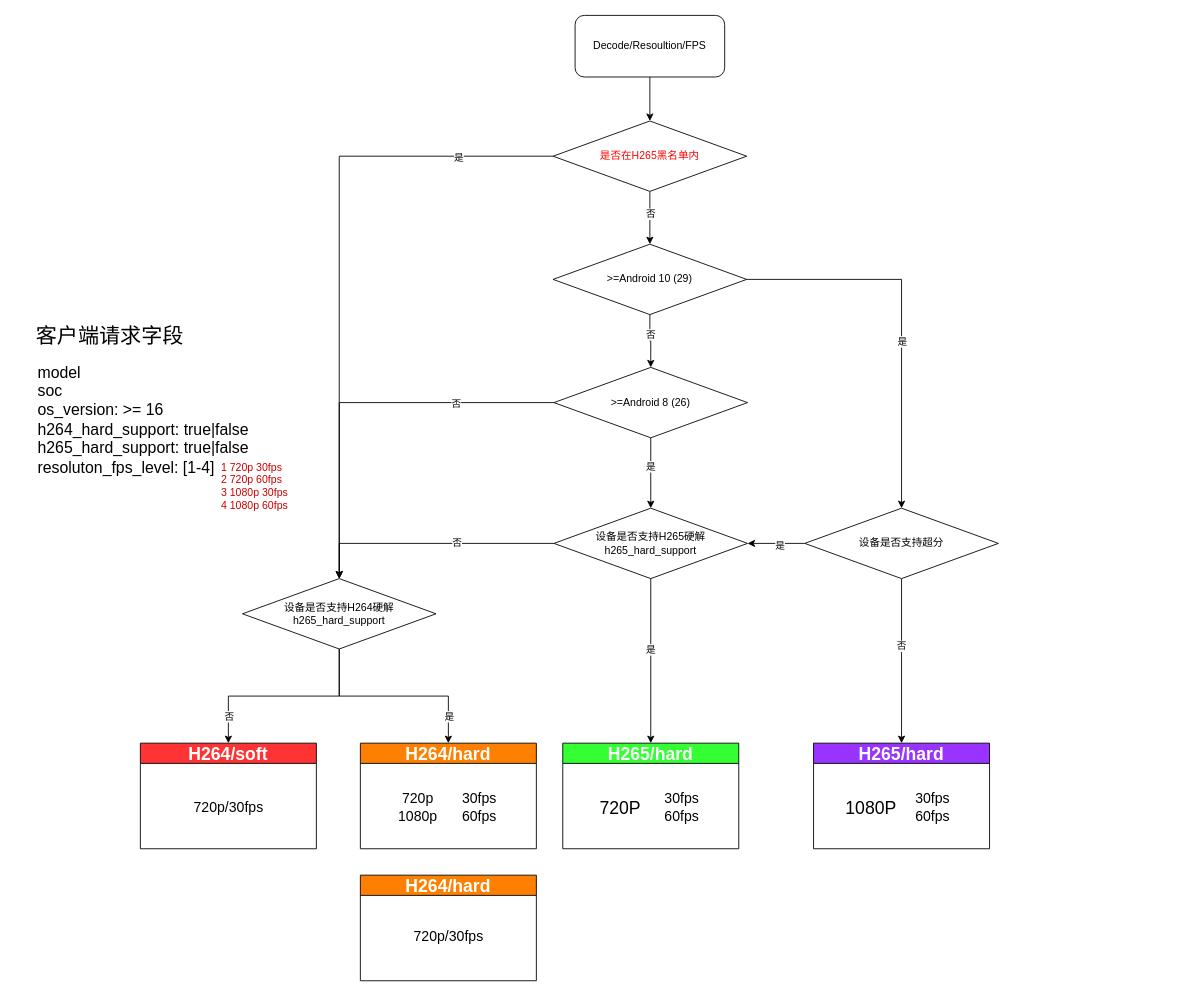
Earlier version of the draw.io diagram H265判断流程.drawio (Eveninger/draw.io). Source tidied: cells renumbered, new cells numbered last; positions are measured from the earlier drawing's top-left corner, leaving out a move shared by most shapes. Both pictures are drawn from the tidied source at 88%, with x=0, y=0 at pixel (15, 15).
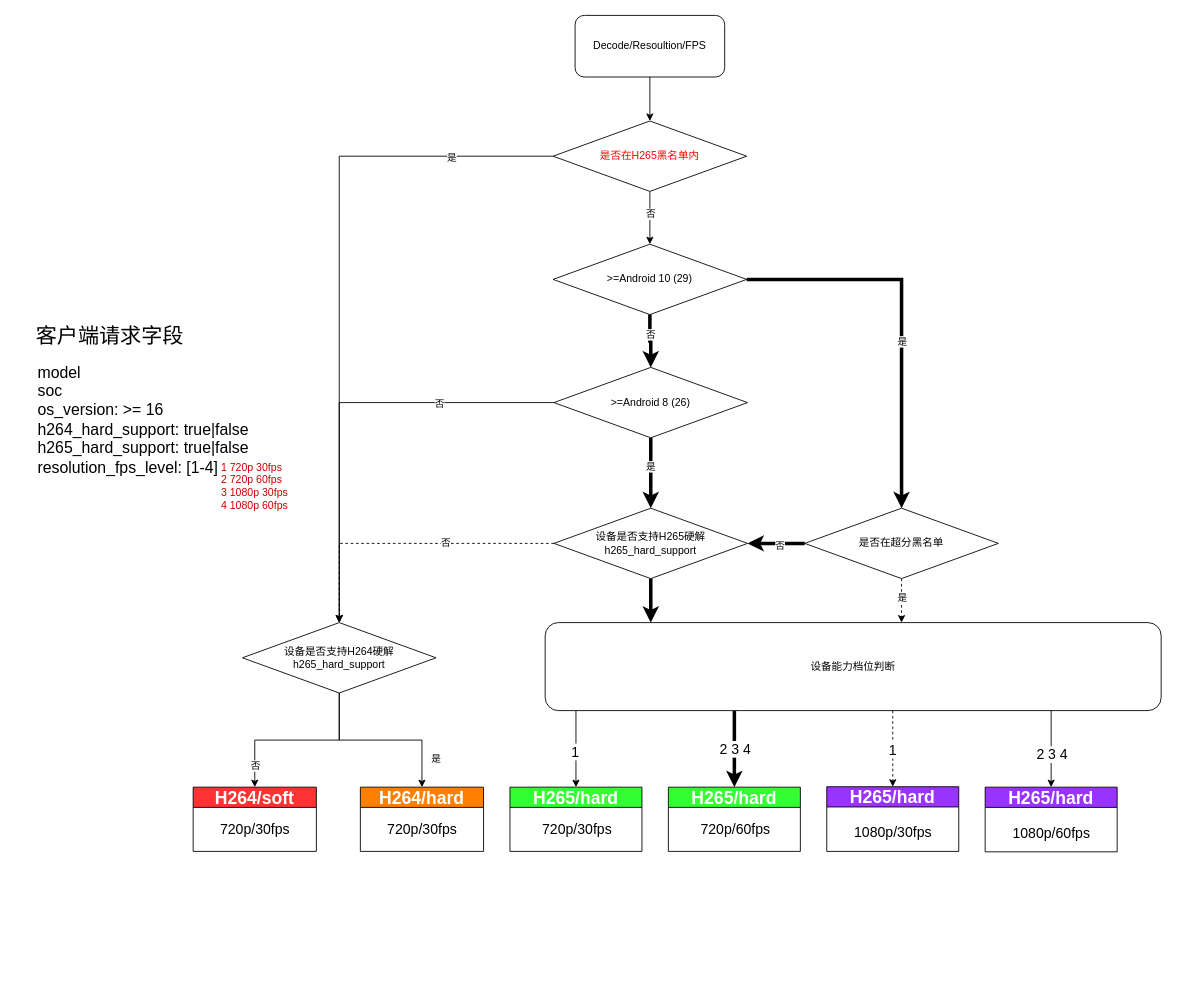
The same page after the edit.

Commit message:
更新H265判断流程.drawio

The change refers to these unchanged cells:
```xml
<mxCell id="8" value="&amp;gt;=Android 10 (29)" style="rhombus;whiteSpace=wrap;html=1;" parent="1" vertex="1">
  <mxGeometry x="611" y="260" width="220" height="80" as="geometry" />
</mxCell>
<mxCell id="13" value="&amp;gt;=Android 8 (26)" style="rhombus;whiteSpace=wrap;html=1;" parent="1" vertex="1">
  <mxGeometry x="612" y="400" width="220" height="80" as="geometry" />
</mxCell>
<mxCell id="28" value="设备是否支持H265硬解&lt;br&gt;h265_hard_support" style="rhombus;whiteSpace=wrap;html=1;" parent="1" vertex="1">
  <mxGeometry x="612" y="560" width="220" height="80" as="geometry" />
</mxCell>
<mxCell id="43" style="group;" parent="42" vertex="1">
  <mxGeometry y="25" width="342" height="217" as="geometry" />
</mxCell>
```

Diff of the diagram source:
```diff
@@
-    <mxCell id="4" style="edgeStyle=orthogonalEdgeStyle;rounded=0;jettySize=auto;html=1;" parent="1" edge="1" source="8" target="13">
+    <mxCell id="4" style="edgeStyle=orthogonalEdgeStyle;rounded=0;jettySize=auto;html=1;strokeWidth=4;" parent="1" edge="1" source="8" target="13">
       <mxGeometry relative="1" as="geometry" />
     </mxCell>
@@
-    <mxCell id="6" style="edgeStyle=orthogonalEdgeStyle;rounded=0;jettySize=auto;html=1;" parent="1" edge="1" source="8" target="23">
+    <mxCell id="6" style="edgeStyle=orthogonalEdgeStyle;rounded=0;jettySize=auto;html=1;strokeWidth=4;" parent="1" edge="1" source="8" target="23">
       <mxGeometry relative="1" as="geometry" />
     </mxCell>
@@
-    <mxCell id="11" style="edgeStyle=orthogonalEdgeStyle;rounded=0;jettySize=auto;html=1;" parent="1" edge="1" source="13" target="28">
+    <mxCell id="11" style="edgeStyle=orthogonalEdgeStyle;rounded=0;jettySize=auto;html=1;strokeWidth=4;" parent="1" edge="1" source="13" target="28">
       <mxGeometry relative="1" as="geometry" />
     </mxCell>
@@
-    <mxCell id="16" style="edgeStyle=orthogonalEdgeStyle;rounded=0;jettySize=auto;html=1;" parent="1" edge="1" source="18" target="31">
-      <mxGeometry relative="1" as="geometry" />
-    </mxCell>
-    <mxCell id="17" value="是" style="edgeLabel;html=1;align=center;verticalAlign=middle;" parent="16" vertex="1">
-      <mxGeometry x="0.57" relative="1" as="geometry">
-        <mxPoint y="19" as="offset" />
-      </mxGeometry>
-    </mxCell>
+    <mxCell id="52" style="edgeStyle=orthogonalEdgeStyle;rounded=0;jettySize=auto;html=1;" parent="1" edge="1" source="18" target="40">
+      <mxGeometry relative="1" as="geometry" />
+    </mxCell>
+    <mxCell id="53" value="是" style="edgeLabel;html=1;align=center;verticalAlign=middle;" parent="52" vertex="1">
+      <mxGeometry x="-0.09" y="1" relative="1" as="geometry">
+        <mxPoint x="72" y="22" as="offset" />
+      </mxGeometry>
+    </mxCell>
     <mxCell id="18" value="设备是否支持H264硬解&lt;br&gt;h265_hard_support" style="rhombus;whiteSpace=wrap;html=1;" parent="1" vertex="1">
-      <mxGeometry x="258" y="640" width="220" height="80" as="geometry" />
+      <mxGeometry x="258" y="690" width="220" height="80" as="geometry" />
     </mxCell>
-    <mxCell id="19" style="edgeStyle=orthogonalEdgeStyle;rounded=0;jettySize=auto;html=1;" parent="1" edge="1" source="23" target="37">
-      <mxGeometry relative="1" as="geometry" />
-    </mxCell>
-    <mxCell id="20" value="否" style="edgeLabel;html=1;align=center;verticalAlign=middle;" parent="19" vertex="1">
-      <mxGeometry x="-0.2" y="-1" relative="1" as="geometry">
-        <mxPoint y="1" as="offset" />
-      </mxGeometry>
-    </mxCell>
-    <mxCell id="21" style="edgeStyle=orthogonalEdgeStyle;rounded=0;jettySize=auto;html=1;" parent="1" edge="1" source="23" target="28">
+    <mxCell id="21" style="edgeStyle=orthogonalEdgeStyle;rounded=0;jettySize=auto;html=1;strokeWidth=4;" parent="1" edge="1" source="23" target="28">
       <mxGeometry relative="1" as="geometry" />
     </mxCell>
-    <mxCell id="22" value="是" style="edgeLabel;html=1;align=center;verticalAlign=middle;" parent="21" vertex="1">
+    <mxCell id="22" value="否" style="edgeLabel;html=1;align=center;verticalAlign=middle;" parent="21" vertex="1">
       <mxGeometry x="-0.11" y="2" relative="1" as="geometry" />
     </mxCell>
+    <mxCell id="54" style="edgeStyle=orthogonalEdgeStyle;rounded=0;jettySize=auto;html=1;dashed=1;" parent="1" edge="1" source="23" target="72">
+      <mxGeometry relative="1" as="geometry">
+        <Array as="points">
+          <mxPoint x="1007" y="680" />
+          <mxPoint x="1007" y="680" />
+        </Array>
+      </mxGeometry>
+    </mxCell>
+    <mxCell id="55" value="是" style="edgeLabel;html=1;align=center;verticalAlign=middle;" parent="54" vertex="1">
+      <mxGeometry x="-0.18" relative="1" as="geometry" />
+    </mxCell>
-    <mxCell id="23" value="设备是否支持超分" style="rhombus;whiteSpace=wrap;html=1;" parent="1" vertex="1">
+    <mxCell id="23" value="&lt;div&gt;&lt;span style=&quot;background-color: initial;&quot;&gt;是否在超分黑名单&lt;/span&gt;&lt;br&gt;&lt;/div&gt;" style="rhombus;whiteSpace=wrap;html=1;" parent="1" vertex="1">
       <mxGeometry x="897" y="560" width="220" height="80" as="geometry" />
     </mxCell>
-    <mxCell id="24" style="edgeStyle=orthogonalEdgeStyle;rounded=0;jettySize=auto;html=1;entryX=0.5;entryY=0;entryDx=0;entryDy=0;" parent="1" edge="1" source="28" target="18">
+    <mxCell id="24" style="edgeStyle=orthogonalEdgeStyle;rounded=0;jettySize=auto;html=1;entryX=0.5;entryY=0;entryDx=0;entryDy=0;dashed=1;" parent="1" edge="1" source="28" target="18">
       <mxGeometry relative="1" as="geometry" />
     </mxCell>
@@
-    <mxCell id="26" style="edgeStyle=orthogonalEdgeStyle;rounded=0;jettySize=auto;html=1;" parent="1" edge="1" source="28" target="34">
-      <mxGeometry relative="1" as="geometry" />
-    </mxCell>
-    <mxCell id="27" value="是" style="edgeLabel;html=1;align=center;verticalAlign=middle;" parent="26" vertex="1">
-      <mxGeometry x="-0.18" relative="1" as="geometry">
-        <mxPoint x="-1" y="3" as="offset" />
-      </mxGeometry>
-    </mxCell>
+    <mxCell id="56" style="edgeStyle=orthogonalEdgeStyle;rounded=0;jettySize=auto;html=1;strokeWidth=4;" parent="1" edge="1" source="28" target="72">
+      <mxGeometry relative="1" as="geometry">
+        <Array as="points">
+          <mxPoint x="722" y="680" />
+          <mxPoint x="722" y="680" />
+        </Array>
+      </mxGeometry>
+    </mxCell>
@@
     <mxCell id="29" value="&lt;font style=&quot;font-size: 20px;&quot;&gt;H264/soft&lt;/font&gt;" style="swimlane;whiteSpace=wrap;html=1;fillColor=#FF3333;startSize=23;fontSize=20;fontColor=#FFFFFF;" parent="1" vertex="1">
-      <mxGeometry x="142" y="827" width="200" height="120" as="geometry" />
+      <mxGeometry x="202" y="877" width="140" height="73" as="geometry" />
     </mxCell>
     <mxCell id="30" value="&lt;font style=&quot;font-size: 16px;&quot;&gt;720p/30fps&lt;br&gt;&lt;/font&gt;" style="text;html=1;align=center;verticalAlign=middle;strokeColor=none;fillColor=none;" parent="29" vertex="1">
-      <mxGeometry x="50" y="58" width="100" height="30" as="geometry" />
+      <mxGeometry x="20" y="33" width="100" height="30" as="geometry" />
     </mxCell>
-    <mxCell id="31" value="&lt;font style=&quot;font-size: 20px;&quot;&gt;H264/hard&lt;/font&gt;" style="swimlane;whiteSpace=wrap;html=1;fillColor=#FF8000;startSize=23;fontSize=20;fontColor=#FFFFFF;" parent="1" vertex="1">
-      <mxGeometry x="392" y="827" width="200" height="120" as="geometry" />
-    </mxCell>
-    <mxCell id="32" value="&lt;font style=&quot;font-size: 16px;&quot;&gt;720p&lt;br&gt;1080p&lt;/font&gt;" style="text;html=1;align=center;verticalAlign=middle;strokeColor=none;fillColor=none;" parent="31" vertex="1">
-      <mxGeometry x="30" y="48" width="70" height="50" as="geometry" />
-    </mxCell>
-    <mxCell id="33" value="&lt;font style=&quot;font-size: 16px;&quot;&gt;30fps&lt;br&gt;60fps&lt;/font&gt;" style="text;html=1;align=center;verticalAlign=middle;strokeColor=none;fillColor=none;" parent="31" vertex="1">
-      <mxGeometry x="105" y="48" width="60" height="50" as="geometry" />
-    </mxCell>
     <mxCell id="34" value="&lt;font style=&quot;font-size: 20px;&quot;&gt;H265/hard&lt;/font&gt;" style="swimlane;whiteSpace=wrap;html=1;fillColor=#33FF33;startSize=23;fontSize=20;fontColor=#FFFFFF;" parent="1" vertex="1">
-      <mxGeometry x="622" y="827" width="200" height="120" as="geometry" />
+      <mxGeometry x="562" y="877" width="150" height="73" as="geometry" />
     </mxCell>
-    <mxCell id="35" value="&lt;font style=&quot;font-size: 20px;&quot;&gt;720P&lt;/font&gt;" style="text;html=1;align=center;verticalAlign=middle;strokeColor=none;fillColor=none;" parent="34" vertex="1">
-      <mxGeometry x="30" y="53" width="70" height="40" as="geometry" />
-    </mxCell>
-    <mxCell id="36" value="&lt;font style=&quot;font-size: 16px;&quot;&gt;30fps&lt;br&gt;60fps&lt;/font&gt;" style="text;html=1;align=center;verticalAlign=middle;strokeColor=none;fillColor=none;" parent="34" vertex="1">
-      <mxGeometry x="105" y="48" width="60" height="50" as="geometry" />
-    </mxCell>
-    <mxCell id="37" value="&lt;font style=&quot;font-size: 20px;&quot;&gt;H265/hard&lt;/font&gt;" style="swimlane;whiteSpace=wrap;html=1;fillColor=#9933FF;startSize=23;fontSize=20;fontColor=#FFFFFF;" parent="1" vertex="1">
-      <mxGeometry x="907" y="827" width="200" height="120" as="geometry" />
-    </mxCell>
-    <mxCell id="38" value="&lt;span style=&quot;font-size: 20px;&quot;&gt;1080P&lt;/span&gt;" style="text;html=1;align=center;verticalAlign=middle;strokeColor=none;fillColor=none;" parent="37" vertex="1">
-      <mxGeometry x="25" y="53" width="80" height="40" as="geometry" />
-    </mxCell>
-    <mxCell id="39" value="&lt;font style=&quot;font-size: 16px;&quot;&gt;30fps&lt;br&gt;60fps&lt;/font&gt;" style="text;html=1;align=center;verticalAlign=middle;strokeColor=none;fillColor=none;" parent="37" vertex="1">
-      <mxGeometry x="105" y="48" width="60" height="50" as="geometry" />
-    </mxCell>
+    <mxCell id="57" value="&lt;span style=&quot;font-size: 16px;&quot;&gt;720p/30fps&lt;/span&gt;" style="text;html=1;align=center;verticalAlign=middle;strokeColor=none;fillColor=none;" parent="34" vertex="1">
+      <mxGeometry x="26" y="33" width="100" height="30" as="geometry" />
+    </mxCell>
     <mxCell id="40" value="&lt;font style=&quot;font-size: 20px;&quot;&gt;H264/hard&lt;/font&gt;" style="swimlane;whiteSpace=wrap;html=1;fillColor=#FF8000;startSize=23;fontSize=20;fontColor=#FFFFFF;" parent="1" vertex="1">
-      <mxGeometry x="392" y="977" width="200" height="120" as="geometry" />
+      <mxGeometry x="392" y="877" width="140" height="73" as="geometry" />
     </mxCell>
     <mxCell id="41" value="&lt;span style=&quot;font-size: 16px;&quot;&gt;720p/30fps&lt;/span&gt;" style="text;html=1;align=center;verticalAlign=middle;strokeColor=none;fillColor=none;" parent="40" vertex="1">
-      <mxGeometry x="50" y="54" width="100" height="30" as="geometry" />
+      <mxGeometry x="20" y="33" width="100" height="30" as="geometry" />
     </mxCell>
@@
-    <mxCell id="44" value="&lt;div style=&quot;text-align: left; font-size: 18px;&quot;&gt;&lt;font style=&quot;font-size: 18px;&quot;&gt;&lt;span style=&quot;background-color: initial;&quot;&gt;model&lt;/span&gt;&lt;br&gt;&lt;/font&gt;&lt;/div&gt;&lt;div style=&quot;text-align: left; font-size: 18px;&quot;&gt;&lt;font style=&quot;font-size: 18px;&quot;&gt;soc&lt;/font&gt;&lt;/div&gt;&lt;div style=&quot;text-align: left; font-size: 18px;&quot;&gt;&lt;font style=&quot;font-size: 18px;&quot;&gt;&lt;font style=&quot;font-size: 18px;&quot;&gt;os_version: &amp;gt;= 16&lt;br&gt;h264_hard_support: true|false&lt;br&gt;h265_hard_support: true|false&lt;br&gt;resoluton_fps_level: [1-4]&lt;/font&gt;&lt;br&gt;&lt;/font&gt;&lt;/div&gt;" style="text;html=1;align=center;verticalAlign=middle;strokeColor=none;fillColor=none;" parent="43" vertex="1">
+    <mxCell id="44" value="&lt;div style=&quot;text-align: left; font-size: 18px;&quot;&gt;&lt;font style=&quot;font-size: 18px;&quot;&gt;&lt;span style=&quot;background-color: initial;&quot;&gt;model&lt;/span&gt;&lt;br&gt;&lt;/font&gt;&lt;/div&gt;&lt;div style=&quot;text-align: left; font-size: 18px;&quot;&gt;&lt;font style=&quot;font-size: 18px;&quot;&gt;soc&lt;/font&gt;&lt;/div&gt;&lt;div style=&quot;text-align: left; font-size: 18px;&quot;&gt;&lt;font style=&quot;font-size: 18px;&quot;&gt;&lt;font style=&quot;font-size: 18px;&quot;&gt;os_version: &amp;gt;= 16&lt;br&gt;h264_hard_support: true|false&lt;br&gt;h265_hard_support: true|false&lt;br&gt;resolution_fps_level: [1-4]&lt;/font&gt;&lt;br&gt;&lt;/font&gt;&lt;/div&gt;" style="text;html=1;align=center;verticalAlign=middle;strokeColor=none;fillColor=none;" parent="43" vertex="1">
       <mxGeometry x="15" y="20" width="260" height="140" as="geometry" />
     </mxCell>
@@
+    <mxCell id="58" value="&lt;font style=&quot;font-size: 20px;&quot;&gt;H265/hard&lt;/font&gt;" style="swimlane;whiteSpace=wrap;html=1;fillColor=#33FF33;startSize=23;fontSize=20;fontColor=#FFFFFF;" parent="1" vertex="1">
+      <mxGeometry x="742" y="877" width="150" height="73" as="geometry" />
+    </mxCell>
+    <mxCell id="59" value="&lt;span style=&quot;font-size: 16px;&quot;&gt;720p/60fps&lt;/span&gt;" style="text;html=1;align=center;verticalAlign=middle;strokeColor=none;fillColor=none;" parent="58" vertex="1">
+      <mxGeometry x="26" y="33" width="100" height="30" as="geometry" />
+    </mxCell>
+    <mxCell id="60" value="&lt;font style=&quot;font-size: 20px;&quot;&gt;H265/hard&lt;/font&gt;" style="swimlane;whiteSpace=wrap;html=1;fillColor=#9933FF;startSize=23;fontSize=20;fontColor=#FFFFFF;" parent="1" vertex="1">
+      <mxGeometry x="1102" y="877" width="150" height="73.5" as="geometry" />
+    </mxCell>
+    <mxCell id="61" value="&lt;span style=&quot;font-size: 16px;&quot;&gt;1080p/60fps&lt;/span&gt;" style="text;html=1;align=center;verticalAlign=middle;strokeColor=none;fillColor=none;" parent="60" vertex="1">
+      <mxGeometry x="20" y="36.5" width="110" height="30" as="geometry" />
+    </mxCell>
+    <mxCell id="62" value="&lt;font style=&quot;font-size: 20px;&quot;&gt;H265/hard&lt;/font&gt;" style="swimlane;whiteSpace=wrap;html=1;fillColor=#9933FF;startSize=23;fontSize=20;fontColor=#FFFFFF;" parent="1" vertex="1">
+      <mxGeometry x="922" y="876.5" width="150" height="73.5" as="geometry" />
+    </mxCell>
+    <mxCell id="63" value="&lt;span style=&quot;font-size: 16px;&quot;&gt;1080p/30fps&lt;/span&gt;" style="text;html=1;align=center;verticalAlign=middle;strokeColor=none;fillColor=none;" parent="62" vertex="1">
+      <mxGeometry x="20" y="36.5" width="110" height="30" as="geometry" />
+    </mxCell>
+    <mxCell id="64" style="edgeStyle=orthogonalEdgeStyle;rounded=0;jettySize=auto;html=1;" parent="1" edge="1" source="72" target="34">
+      <mxGeometry relative="1" as="geometry">
+        <Array as="points">
+          <mxPoint x="637" y="820" />
+          <mxPoint x="637" y="820" />
+        </Array>
+      </mxGeometry>
+    </mxCell>
+    <mxCell id="65" value="1" style="edgeLabel;html=1;align=center;verticalAlign=middle;fontSize=16;" parent="64" vertex="1">
+      <mxGeometry x="-0.18" y="-2" relative="1" as="geometry">
+        <mxPoint y="10" as="offset" />
+      </mxGeometry>
+    </mxCell>
+    <mxCell id="66" style="edgeStyle=orthogonalEdgeStyle;rounded=0;jettySize=auto;html=1;strokeWidth=4;" parent="1" edge="1" source="72" target="58">
+      <mxGeometry relative="1" as="geometry">
+        <Array as="points">
+          <mxPoint x="817" y="810" />
+          <mxPoint x="817" y="810" />
+        </Array>
+      </mxGeometry>
+    </mxCell>
+    <mxCell id="67" value="&lt;font style=&quot;font-size: 16px;&quot;&gt;2 3 4&lt;/font&gt;" style="edgeLabel;html=1;align=center;verticalAlign=middle;" parent="66" vertex="1">
+      <mxGeometry x="-0.01" relative="1" as="geometry" />
+    </mxCell>
+    <mxCell id="68" style="edgeStyle=orthogonalEdgeStyle;rounded=0;jettySize=auto;html=1;dashed=1;" parent="1" edge="1" source="72" target="62">
+      <mxGeometry relative="1" as="geometry">
+        <Array as="points">
+          <mxPoint x="997" y="810" />
+          <mxPoint x="997" y="810" />
+        </Array>
+      </mxGeometry>
+    </mxCell>
+    <mxCell id="69" value="&lt;font style=&quot;font-size: 16px;&quot;&gt;1&lt;/font&gt;" style="edgeLabel;html=1;align=center;verticalAlign=middle;" parent="68" vertex="1">
+      <mxGeometry x="0.05" y="-2" relative="1" as="geometry">
+        <mxPoint x="1" y="-1" as="offset" />
+      </mxGeometry>
+    </mxCell>
+    <mxCell id="70" style="edgeStyle=orthogonalEdgeStyle;rounded=0;jettySize=auto;html=1;" parent="1" edge="1" source="72" target="60">
+      <mxGeometry relative="1" as="geometry">
+        <Array as="points">
+          <mxPoint x="1177" y="810" />
+          <mxPoint x="1177" y="810" />
+        </Array>
+      </mxGeometry>
+    </mxCell>
+    <mxCell id="71" value="2 3 4" style="edgeLabel;html=1;align=center;verticalAlign=middle;fontSize=16;" parent="70" vertex="1">
+      <mxGeometry x="-0.07" relative="1" as="geometry">
+        <mxPoint y="9" as="offset" />
+      </mxGeometry>
+    </mxCell>
+    <mxCell id="72" value="设备能力档位判断" style="rounded=1;whiteSpace=wrap;html=1;" parent="1" vertex="1">
+      <mxGeometry x="602" y="690" width="700" height="100" as="geometry" />
+    </mxCell>
```
